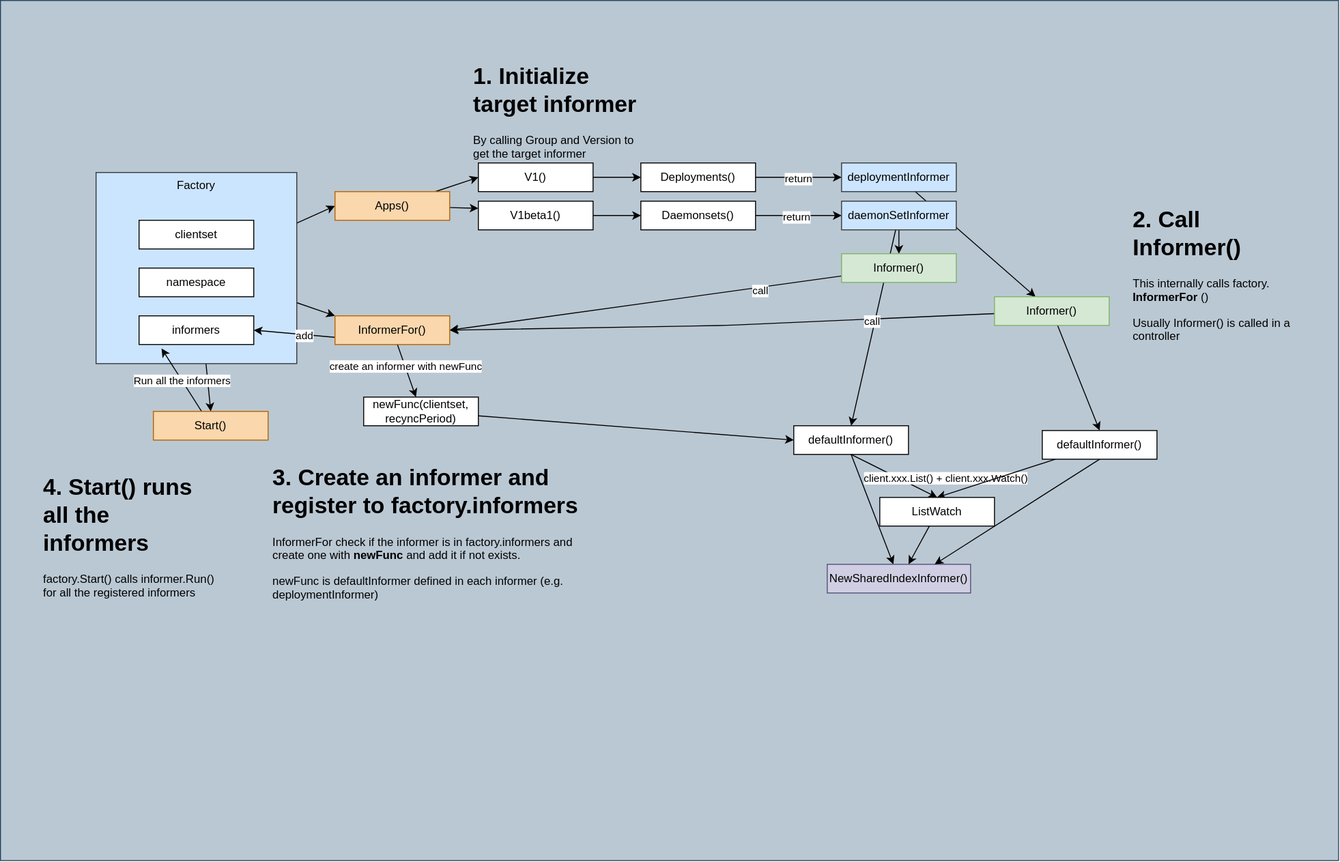
Before: contents/kubernetes-operator/client-go/informer/informer-factory.drawio.svg, a diagram exported from draw.io (nakamasato/kubernetes-training). Source tidied: cells renumbered, new cells last; positions are measured from the earlier drawing's top-left corner, leaving out a move shared by most shapes. Its diagram source:
```xml
<mxGraphModel>
  <root>
    <mxCell id="0" />
    <mxCell id="1" parent="0" />
    <mxCell id="2" style="rounded=0;whiteSpace=wrap;html=1;fillColor=#bac8d3;strokeColor=#23445d;" parent="1" vertex="1">
      <mxGeometry width="1400" height="900" as="geometry" />
    </mxCell>
    <mxCell id="3" style="edgeStyle=none;html=1;entryX=0;entryY=0.5;entryDx=0;entryDy=0;" parent="1" edge="1" source="6" target="12">
      <mxGeometry relative="1" as="geometry" />
    </mxCell>
    <mxCell id="4" style="edgeStyle=none;html=1;entryX=0;entryY=0;entryDx=0;entryDy=0;" parent="1" edge="1" source="6" target="40">
      <mxGeometry relative="1" as="geometry" />
    </mxCell>
    <mxCell id="5" style="edgeStyle=none;html=1;entryX=0.5;entryY=0;entryDx=0;entryDy=0;" parent="1" edge="1" source="6" target="53">
      <mxGeometry relative="1" as="geometry" />
    </mxCell>
    <mxCell id="6" value="Factory" style="rounded=0;whiteSpace=wrap;html=1;verticalAlign=top;fillColor=#cce5ff;strokeColor=#36393d;" parent="1" vertex="1">
      <mxGeometry x="100" y="180" width="210" height="200" as="geometry" />
    </mxCell>
    <mxCell id="7" value="clientset" style="rounded=0;whiteSpace=wrap;html=1;" parent="1" vertex="1">
      <mxGeometry x="145" y="230" width="120" height="30" as="geometry" />
    </mxCell>
    <mxCell id="8" value="namespace" style="rounded=0;whiteSpace=wrap;html=1;" parent="1" vertex="1">
      <mxGeometry x="145" y="280" width="120" height="30" as="geometry" />
    </mxCell>
    <mxCell id="9" value="informers" style="rounded=0;whiteSpace=wrap;html=1;" parent="1" vertex="1">
      <mxGeometry x="145" y="330" width="120" height="30" as="geometry" />
    </mxCell>
    <mxCell id="10" style="edgeStyle=none;html=1;entryX=0;entryY=0.5;entryDx=0;entryDy=0;" parent="1" edge="1" source="12" target="14">
      <mxGeometry relative="1" as="geometry" />
    </mxCell>
    <mxCell id="11" style="edgeStyle=none;html=1;entryX=0;entryY=0.25;entryDx=0;entryDy=0;" parent="1" edge="1" source="12" target="19">
      <mxGeometry relative="1" as="geometry" />
    </mxCell>
    <mxCell id="12" value="Apps()" style="rounded=0;whiteSpace=wrap;html=1;fillColor=#fad7ac;strokeColor=#b46504;" parent="1" vertex="1">
      <mxGeometry x="350" y="200" width="120" height="30" as="geometry" />
    </mxCell>
    <mxCell id="13" style="edgeStyle=none;html=1;entryX=0;entryY=0.5;entryDx=0;entryDy=0;" parent="1" edge="1" source="14" target="17">
      <mxGeometry relative="1" as="geometry" />
    </mxCell>
    <mxCell id="14" value="V1()" style="rounded=0;whiteSpace=wrap;html=1;" parent="1" vertex="1">
      <mxGeometry x="500" y="170" width="120" height="30" as="geometry" />
    </mxCell>
    <mxCell id="15" style="edgeStyle=none;html=1;" parent="1" edge="1" source="17" target="24">
      <mxGeometry relative="1" as="geometry" />
    </mxCell>
    <mxCell id="16" value="return" style="edgeLabel;html=1;align=center;verticalAlign=middle;" parent="15" vertex="1">
      <mxGeometry x="-0.04" y="-1" relative="1" as="geometry" />
    </mxCell>
    <mxCell id="17" value="Deployments()" style="rounded=0;whiteSpace=wrap;html=1;" parent="1" vertex="1">
      <mxGeometry x="670" y="170" width="120" height="30" as="geometry" />
    </mxCell>
    <mxCell id="18" style="edgeStyle=none;html=1;" parent="1" edge="1" source="19" target="22">
      <mxGeometry relative="1" as="geometry" />
    </mxCell>
    <mxCell id="19" value="V1beta1()" style="rounded=0;whiteSpace=wrap;html=1;" parent="1" vertex="1">
      <mxGeometry x="500" y="210" width="120" height="30" as="geometry" />
    </mxCell>
    <mxCell id="20" style="edgeStyle=none;html=1;" parent="1" edge="1" source="22" target="27">
      <mxGeometry relative="1" as="geometry" />
    </mxCell>
    <mxCell id="21" value="return" style="edgeLabel;html=1;align=center;verticalAlign=middle;" parent="20" vertex="1">
      <mxGeometry x="-0.06" y="-1" relative="1" as="geometry" />
    </mxCell>
    <mxCell id="22" value="Daemonsets()" style="rounded=0;whiteSpace=wrap;html=1;" parent="1" vertex="1">
      <mxGeometry x="670" y="210" width="120" height="30" as="geometry" />
    </mxCell>
    <mxCell id="23" style="edgeStyle=none;html=1;" parent="1" edge="1" source="24" target="31">
      <mxGeometry relative="1" as="geometry" />
    </mxCell>
    <mxCell id="24" value="deploymentInformer" style="rounded=0;whiteSpace=wrap;html=1;fillColor=#cce5ff;strokeColor=#36393d;" parent="1" vertex="1">
      <mxGeometry x="880" y="170" width="120" height="30" as="geometry" />
    </mxCell>
    <mxCell id="25" style="edgeStyle=none;html=1;" parent="1" edge="1" source="27" target="34">
      <mxGeometry relative="1" as="geometry" />
    </mxCell>
    <mxCell id="26" style="edgeStyle=none;html=1;entryX=0.5;entryY=0;entryDx=0;entryDy=0;" parent="1" edge="1" source="27" target="46">
      <mxGeometry relative="1" as="geometry" />
    </mxCell>
    <mxCell id="27" value="daemonSetInformer" style="rounded=0;whiteSpace=wrap;html=1;fillColor=#cce5ff;strokeColor=#36393d;" parent="1" vertex="1">
      <mxGeometry x="880" y="210" width="120" height="30" as="geometry" />
    </mxCell>
    <mxCell id="28" style="edgeStyle=none;html=1;entryX=1;entryY=0.5;entryDx=0;entryDy=0;" parent="1" edge="1" source="31" target="40">
      <mxGeometry relative="1" as="geometry">
        <Array as="points">
          <mxPoint x="760" y="340" />
        </Array>
      </mxGeometry>
    </mxCell>
    <mxCell id="29" value="call" style="edgeLabel;html=1;align=center;verticalAlign=middle;" parent="28" vertex="1">
      <mxGeometry x="-0.55" y="2" relative="1" as="geometry" />
    </mxCell>
    <mxCell id="30" style="edgeStyle=none;html=1;entryX=0.5;entryY=0;entryDx=0;entryDy=0;" parent="1" edge="1" source="31" target="51">
      <mxGeometry relative="1" as="geometry" />
    </mxCell>
    <mxCell id="31" value="Informer()" style="rounded=0;whiteSpace=wrap;html=1;fillColor=#d5e8d4;strokeColor=#82b366;" parent="1" vertex="1">
      <mxGeometry x="1040" y="310" width="120" height="30" as="geometry" />
    </mxCell>
    <mxCell id="32" style="edgeStyle=none;html=1;entryX=1;entryY=0.5;entryDx=0;entryDy=0;" parent="1" edge="1" source="34" target="40">
      <mxGeometry relative="1" as="geometry" />
    </mxCell>
    <mxCell id="33" value="call" style="edgeLabel;html=1;align=center;verticalAlign=middle;" parent="32" vertex="1">
      <mxGeometry x="-0.58" y="3" relative="1" as="geometry" />
    </mxCell>
    <mxCell id="34" value="Informer()" style="rounded=0;whiteSpace=wrap;html=1;fillColor=#d5e8d4;strokeColor=#82b366;" parent="1" vertex="1">
      <mxGeometry x="880" y="265" width="120" height="30" as="geometry" />
    </mxCell>
    <mxCell id="35" value="&lt;h1&gt;1. Initialize target informer&lt;/h1&gt;&lt;p&gt;By calling Group and Version to get the target informer&lt;/p&gt;" style="text;html=1;strokeColor=none;fillColor=none;spacing=5;spacingTop=-20;whiteSpace=wrap;overflow=hidden;rounded=0;" parent="1" vertex="1">
      <mxGeometry x="490" y="60" width="190" height="120" as="geometry" />
    </mxCell>
    <mxCell id="36" style="edgeStyle=none;html=1;entryX=1;entryY=0.5;entryDx=0;entryDy=0;exitX=0;exitY=0.75;exitDx=0;exitDy=0;" parent="1" edge="1" source="40" target="9">
      <mxGeometry relative="1" as="geometry" />
    </mxCell>
    <mxCell id="37" value="add" style="edgeLabel;html=1;align=center;verticalAlign=middle;" parent="36" vertex="1">
      <mxGeometry x="-0.24" relative="1" as="geometry" />
    </mxCell>
    <mxCell id="38" style="edgeStyle=none;html=1;" parent="1" edge="1" source="40" target="44">
      <mxGeometry relative="1" as="geometry" />
    </mxCell>
    <mxCell id="39" value="create an informer with newFunc" style="edgeLabel;html=1;align=center;verticalAlign=middle;" parent="38" vertex="1">
      <mxGeometry x="-0.18" relative="1" as="geometry" />
    </mxCell>
    <mxCell id="40" value="InformerFor()" style="rounded=0;whiteSpace=wrap;html=1;fillColor=#fad7ac;strokeColor=#b46504;" parent="1" vertex="1">
      <mxGeometry x="350" y="330" width="120" height="30" as="geometry" />
    </mxCell>
    <mxCell id="41" value="&lt;h1&gt;2. Call Informer()&lt;/h1&gt;&lt;p&gt;This internally calls factory.&lt;b&gt;InformerFor&lt;/b&gt;()&lt;/p&gt;&lt;p&gt;Usually Informer() is called in a controller&lt;/p&gt;" style="text;html=1;strokeColor=none;fillColor=none;spacing=5;spacingTop=-20;whiteSpace=wrap;overflow=hidden;rounded=0;" parent="1" vertex="1">
      <mxGeometry x="1180" y="210" width="190" height="150" as="geometry" />
    </mxCell>
    <mxCell id="42" value="&lt;h1&gt;3. Create an informer and register to factory.informers&lt;/h1&gt;&lt;p&gt;InformerFor check if the informer is in factory.informers and create one with &lt;b&gt;newFunc&lt;/b&gt; and add it if not exists.&lt;/p&gt;&lt;p&gt;newFunc is defaultInformer defined in each informer (e.g. deploymentInformer)&lt;/p&gt;" style="text;html=1;strokeColor=none;fillColor=none;spacing=5;spacingTop=-20;whiteSpace=wrap;overflow=hidden;rounded=0;" parent="1" vertex="1">
      <mxGeometry x="280" y="480" width="350" height="180" as="geometry" />
    </mxCell>
    <mxCell id="43" style="edgeStyle=none;html=1;entryX=0;entryY=0.5;entryDx=0;entryDy=0;" parent="1" edge="1" source="44" target="46">
      <mxGeometry relative="1" as="geometry" />
    </mxCell>
    <mxCell id="44" value="newFunc(clientset, recyncPeriod)" style="rounded=0;whiteSpace=wrap;html=1;" parent="1" vertex="1">
      <mxGeometry x="380" y="415" width="120" height="30" as="geometry" />
    </mxCell>
    <mxCell id="45" style="edgeStyle=none;html=1;exitX=0.5;exitY=1;exitDx=0;exitDy=0;" parent="1" edge="1" source="46" target="48">
      <mxGeometry relative="1" as="geometry" />
    </mxCell>
    <mxCell id="46" value="defaultInformer()" style="rounded=0;whiteSpace=wrap;html=1;" parent="1" vertex="1">
      <mxGeometry x="830" y="445" width="120" height="30" as="geometry" />
    </mxCell>
    <mxCell id="47" value="client.xxx.List() + client.xxx.Watch()" style="edgeStyle=none;html=1;entryX=0.5;entryY=0;entryDx=0;entryDy=0;exitX=0.5;exitY=1;exitDx=0;exitDy=0;" parent="1" edge="1" source="46" target="56">
      <mxGeometry x="1" y="22" relative="1" as="geometry" />
    </mxCell>
    <mxCell id="48" value="NewSharedIndexInformer()" style="rounded=0;whiteSpace=wrap;html=1;fillColor=#d0cee2;strokeColor=#56517e;" parent="1" vertex="1">
      <mxGeometry x="865" y="590" width="150" height="30" as="geometry" />
    </mxCell>
    <mxCell id="49" style="edgeStyle=none;html=1;entryX=0.75;entryY=0;entryDx=0;entryDy=0;exitX=0.5;exitY=1;exitDx=0;exitDy=0;" parent="1" edge="1" source="51" target="48">
      <mxGeometry relative="1" as="geometry" />
    </mxCell>
    <mxCell id="50" style="edgeStyle=none;html=1;entryX=0.5;entryY=0;entryDx=0;entryDy=0;" parent="1" edge="1" source="51" target="56">
      <mxGeometry relative="1" as="geometry" />
    </mxCell>
    <mxCell id="51" value="defaultInformer()" style="rounded=0;whiteSpace=wrap;html=1;" parent="1" vertex="1">
      <mxGeometry x="1090" y="450" width="120" height="30" as="geometry" />
    </mxCell>
    <mxCell id="52" value="Run all the informers" style="edgeStyle=none;html=1;entryX=0.196;entryY=1.136;entryDx=0;entryDy=0;entryPerimeter=0;" parent="1" edge="1" source="53" target="9">
      <mxGeometry relative="1" as="geometry" />
    </mxCell>
    <mxCell id="53" value="Start()" style="rounded=0;whiteSpace=wrap;html=1;fillColor=#fad7ac;strokeColor=#b46504;" parent="1" vertex="1">
      <mxGeometry x="160" y="430" width="120" height="30" as="geometry" />
    </mxCell>
    <mxCell id="54" value="&lt;h1&gt;4. Start() runs all the informers&lt;/h1&gt;&lt;p&gt;factory.Start() calls informer.Run() for all the registered informers&lt;/p&gt;" style="text;html=1;strokeColor=none;fillColor=none;spacing=5;spacingTop=-20;whiteSpace=wrap;overflow=hidden;rounded=0;" parent="1" vertex="1">
      <mxGeometry x="40" y="490" width="190" height="150" as="geometry" />
    </mxCell>
    <mxCell id="55" style="edgeStyle=none;html=1;entryX=0.567;entryY=0;entryDx=0;entryDy=0;entryPerimeter=0;" parent="1" edge="1" source="56" target="48">
      <mxGeometry relative="1" as="geometry" />
    </mxCell>
    <mxCell id="56" value="ListWatch" style="rounded=0;whiteSpace=wrap;html=1;" parent="1" vertex="1">
      <mxGeometry x="920" y="520" width="120" height="30" as="geometry" />
    </mxCell>
  </root>
</mxGraphModel>
```
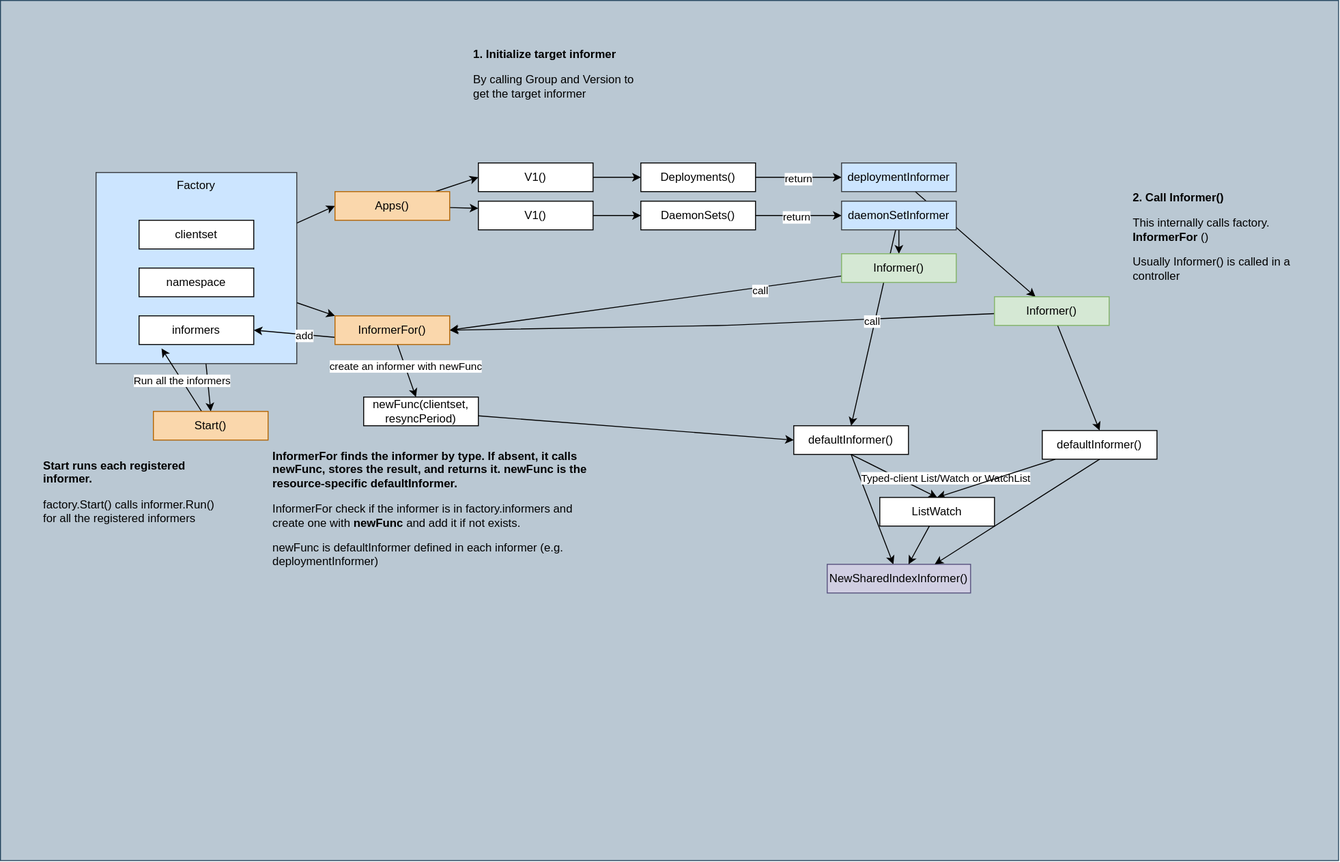
Later version of the same file.

The edit, as a diff of the source:
```diff
@@ -53,7 +53,7 @@
     <mxCell id="18" style="edgeStyle=none;html=1;" parent="1" edge="1" source="19" target="22">
       <mxGeometry relative="1" as="geometry" />
     </mxCell>
-    <mxCell id="19" value="V1beta1()" style="rounded=0;whiteSpace=wrap;html=1;" parent="1" vertex="1">
+    <mxCell id="19" value="V1()" style="rounded=0;whiteSpace=wrap;html=1;" parent="1" vertex="1">
       <mxGeometry x="500" y="210" width="120" height="30" as="geometry" />
     </mxCell>
     <mxCell id="20" style="edgeStyle=none;html=1;" parent="1" edge="1" source="22" target="27">
@@ -62,7 +62,7 @@
     <mxCell id="21" value="return" style="edgeLabel;html=1;align=center;verticalAlign=middle;" parent="20" vertex="1">
       <mxGeometry x="-0.06" y="-1" relative="1" as="geometry" />
     </mxCell>
-    <mxCell id="22" value="Daemonsets()" style="rounded=0;whiteSpace=wrap;html=1;" parent="1" vertex="1">
+    <mxCell id="22" value="DaemonSets()" style="rounded=0;whiteSpace=wrap;html=1;" parent="1" vertex="1">
       <mxGeometry x="670" y="210" width="120" height="30" as="geometry" />
     </mxCell>
     <mxCell id="23" style="edgeStyle=none;html=1;" parent="1" edge="1" source="24" target="31">
@@ -105,7 +105,7 @@
     <mxCell id="34" value="Informer()" style="rounded=0;whiteSpace=wrap;html=1;fillColor=#d5e8d4;strokeColor=#82b366;" parent="1" vertex="1">
       <mxGeometry x="880" y="265" width="120" height="30" as="geometry" />
     </mxCell>
-    <mxCell id="35" value="&lt;h1&gt;1. Initialize target informer&lt;/h1&gt;&lt;p&gt;By calling Group and Version to get the target informer&lt;/p&gt;" style="text;html=1;strokeColor=none;fillColor=none;spacing=5;spacingTop=-20;whiteSpace=wrap;overflow=hidden;rounded=0;" parent="1" vertex="1">
+    <mxCell id="35" value="&lt;div style=&quot;font-size:12px;font-weight:bold;line-height:1.2;margin:0 0 4px 0;&quot;&gt;1. Initialize target informer&lt;/div&gt;&lt;p&gt;By calling Group and Version to get the target informer&lt;/p&gt;" style="text;html=1;strokeColor=none;fillColor=none;spacing=5;spacingTop=-20;whiteSpace=wrap;overflow=hidden;rounded=0;" parent="1" vertex="1">
       <mxGeometry x="490" y="60" width="190" height="120" as="geometry" />
     </mxCell>
     <mxCell id="36" style="edgeStyle=none;html=1;entryX=1;entryY=0.5;entryDx=0;entryDy=0;exitX=0;exitY=0.75;exitDx=0;exitDy=0;" parent="1" edge="1" source="40" target="9">
@@ -123,16 +123,16 @@
     <mxCell id="40" value="InformerFor()" style="rounded=0;whiteSpace=wrap;html=1;fillColor=#fad7ac;strokeColor=#b46504;" parent="1" vertex="1">
       <mxGeometry x="350" y="330" width="120" height="30" as="geometry" />
     </mxCell>
-    <mxCell id="41" value="&lt;h1&gt;2. Call Informer()&lt;/h1&gt;&lt;p&gt;This internally calls factory.&lt;b&gt;InformerFor&lt;/b&gt;()&lt;/p&gt;&lt;p&gt;Usually Informer() is called in a controller&lt;/p&gt;" style="text;html=1;strokeColor=none;fillColor=none;spacing=5;spacingTop=-20;whiteSpace=wrap;overflow=hidden;rounded=0;" parent="1" vertex="1">
+    <mxCell id="41" value="&lt;div style=&quot;font-size:12px;font-weight:bold;line-height:1.2;margin:0 0 4px 0;&quot;&gt;2. Call Informer()&lt;/div&gt;&lt;p&gt;This internally calls factory.&lt;b&gt;InformerFor&lt;/b&gt;()&lt;/p&gt;&lt;p&gt;Usually Informer() is called in a controller&lt;/p&gt;" style="text;html=1;strokeColor=none;fillColor=none;spacing=5;spacingTop=-20;whiteSpace=wrap;overflow=hidden;rounded=0;" parent="1" vertex="1">
       <mxGeometry x="1180" y="210" width="190" height="150" as="geometry" />
     </mxCell>
-    <mxCell id="42" value="&lt;h1&gt;3. Create an informer and register to factory.informers&lt;/h1&gt;&lt;p&gt;InformerFor check if the informer is in factory.informers and create one with &lt;b&gt;newFunc&lt;/b&gt; and add it if not exists.&lt;/p&gt;&lt;p&gt;newFunc is defaultInformer defined in each informer (e.g. deploymentInformer)&lt;/p&gt;" style="text;html=1;strokeColor=none;fillColor=none;spacing=5;spacingTop=-20;whiteSpace=wrap;overflow=hidden;rounded=0;" parent="1" vertex="1">
+    <mxCell id="42" value="InformerFor finds the informer by type. If absent, it calls newFunc, stores the result, and returns it. newFunc is the resource-specific defaultInformer." style="text;html=1;strokeColor=none;fillColor=none;spacing=5;spacingTop=-20;whiteSpace=wrap;overflow=hidden;rounded=0;" parent="1" vertex="1">
       <mxGeometry x="280" y="480" width="350" height="180" as="geometry" />
     </mxCell>
     <mxCell id="43" style="edgeStyle=none;html=1;entryX=0;entryY=0.5;entryDx=0;entryDy=0;" parent="1" edge="1" source="44" target="46">
       <mxGeometry relative="1" as="geometry" />
     </mxCell>
-    <mxCell id="44" value="newFunc(clientset, recyncPeriod)" style="rounded=0;whiteSpace=wrap;html=1;" parent="1" vertex="1">
+    <mxCell id="44" value="newFunc(clientset, resyncPeriod)" style="rounded=0;whiteSpace=wrap;html=1;" parent="1" vertex="1">
       <mxGeometry x="380" y="415" width="120" height="30" as="geometry" />
     </mxCell>
     <mxCell id="45" style="edgeStyle=none;html=1;exitX=0.5;exitY=1;exitDx=0;exitDy=0;" parent="1" edge="1" source="46" target="48">
@@ -141,7 +141,7 @@
     <mxCell id="46" value="defaultInformer()" style="rounded=0;whiteSpace=wrap;html=1;" parent="1" vertex="1">
       <mxGeometry x="830" y="445" width="120" height="30" as="geometry" />
     </mxCell>
-    <mxCell id="47" value="client.xxx.List() + client.xxx.Watch()" style="edgeStyle=none;html=1;entryX=0.5;entryY=0;entryDx=0;entryDy=0;exitX=0.5;exitY=1;exitDx=0;exitDy=0;" parent="1" edge="1" source="46" target="56">
+    <mxCell id="47" value="Typed-client List/Watch or WatchList" style="edgeStyle=none;html=1;entryX=0.5;entryY=0;entryDx=0;entryDy=0;exitX=0.5;exitY=1;exitDx=0;exitDy=0;" parent="1" edge="1" source="46" target="56">
       <mxGeometry x="1" y="22" relative="1" as="geometry" />
     </mxCell>
     <mxCell id="48" value="NewSharedIndexInformer()" style="rounded=0;whiteSpace=wrap;html=1;fillColor=#d0cee2;strokeColor=#56517e;" parent="1" vertex="1">
@@ -162,7 +162,7 @@
     <mxCell id="53" value="Start()" style="rounded=0;whiteSpace=wrap;html=1;fillColor=#fad7ac;strokeColor=#b46504;" parent="1" vertex="1">
       <mxGeometry x="160" y="430" width="120" height="30" as="geometry" />
     </mxCell>
-    <mxCell id="54" value="&lt;h1&gt;4. Start() runs all the informers&lt;/h1&gt;&lt;p&gt;factory.Start() calls informer.Run() for all the registered informers&lt;/p&gt;" style="text;html=1;strokeColor=none;fillColor=none;spacing=5;spacingTop=-20;whiteSpace=wrap;overflow=hidden;rounded=0;" parent="1" vertex="1">
+    <mxCell id="54" value="Start runs each registered informer." style="text;html=1;strokeColor=none;fillColor=none;spacing=5;spacingTop=-20;whiteSpace=wrap;overflow=hidden;rounded=0;" parent="1" vertex="1">
       <mxGeometry x="40" y="490" width="190" height="150" as="geometry" />
     </mxCell>
     <mxCell id="55" style="edgeStyle=none;html=1;entryX=0.567;entryY=0;entryDx=0;entryDy=0;entryPerimeter=0;" parent="1" edge="1" source="56" target="48">
```
